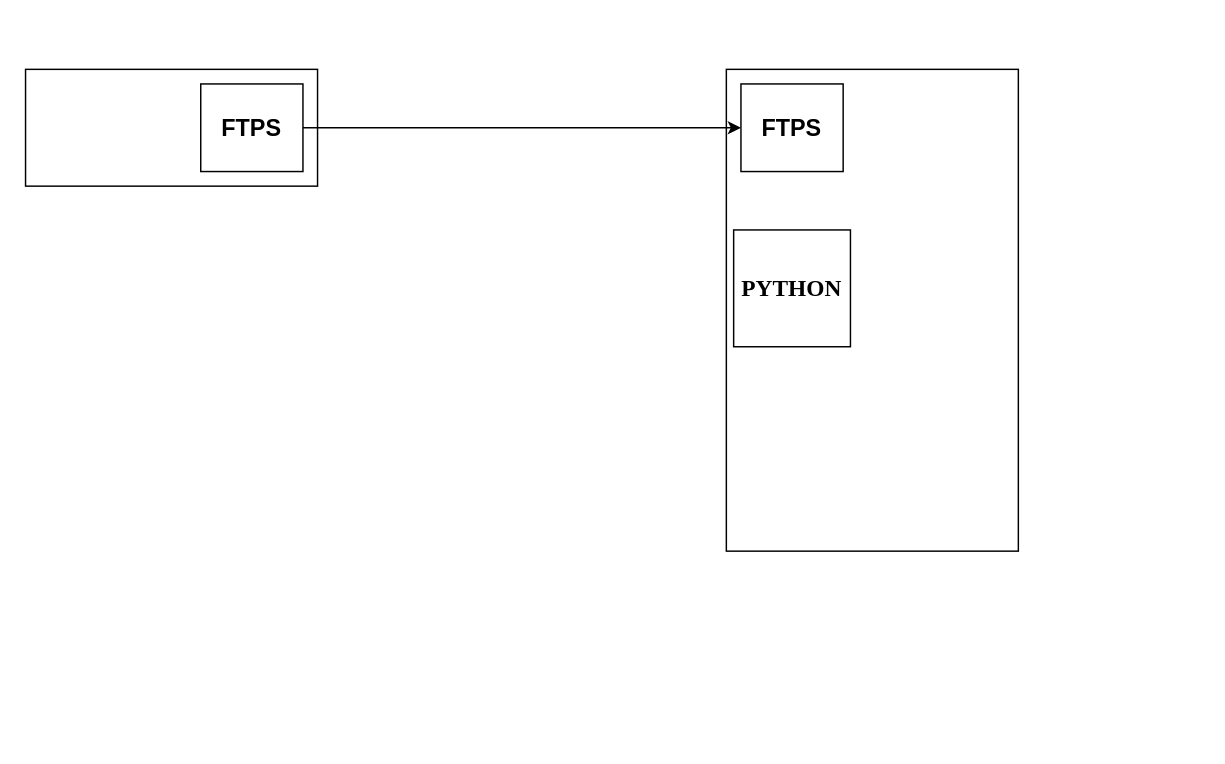
This is Untitled Diagram.drawio from ber09/Track, a draw.io file, before an edit. Source tidied: cells renumbered, new cells numbered last; positions are measured from the earlier drawing's top-left corner, leaving out a move shared by most shapes. Both pictures are drawn from the tidied source at 146%, with x=0, y=0 at pixel (25, 69). Pictures stored in the file or linked from it are replaced by grey dashed boxes.
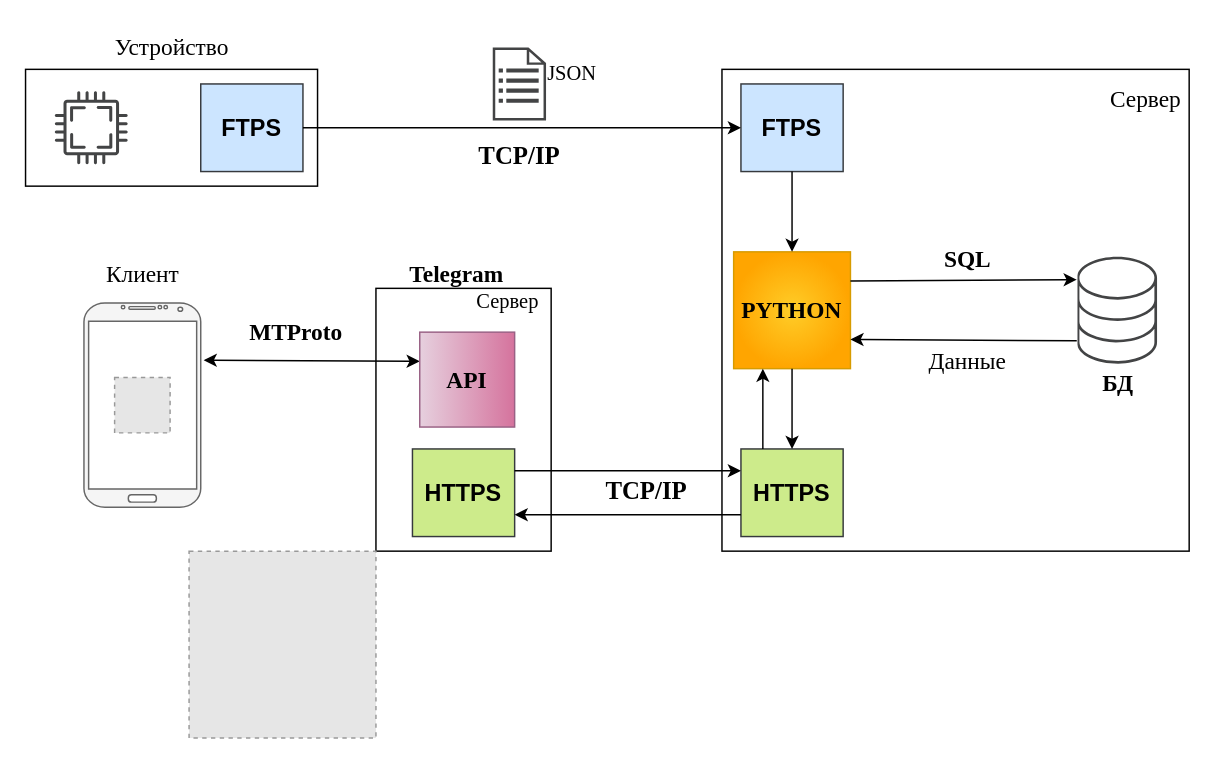
The same page after the edit.

Change to the diagram source:
```diff
@@
-    <mxCell id="2" style="rounded=0;whiteSpace=wrap;html=1;" parent="1" vertex="1">
-      <mxGeometry x="480" width="200" height="330" as="geometry" />
-    </mxCell>
@@
-    <mxCell id="4" value="&lt;font size=&quot;1&quot;&gt;&lt;b&gt;&lt;font style=&quot;font-size: 16px;&quot;&gt;FTPS&lt;/font&gt;&lt;/b&gt;&lt;/font&gt;" style="rounded=0;whiteSpace=wrap;html=1;" parent="1" vertex="1">
+    <mxCell id="4" value="&lt;h2&gt;&lt;font size=&quot;1&quot;&gt;&lt;b&gt;&lt;font style=&quot;font-size: 16px;&quot;&gt;FTPS&lt;/font&gt;&lt;/b&gt;&lt;/font&gt;&lt;/h2&gt;" style="rounded=0;whiteSpace=wrap;html=1;fillColor=#cce5ff;strokeColor=#36393d;" parent="1" vertex="1">
       <mxGeometry x="490" y="10" width="70" height="60" as="geometry" />
     </mxCell>
-    <mxCell id="5" value="&lt;font size=&quot;1&quot;&gt;&lt;b&gt;&lt;font style=&quot;font-size: 16px;&quot;&gt;FTPS&lt;/font&gt;&lt;/b&gt;&lt;/font&gt;" style="rounded=0;whiteSpace=wrap;html=1;" parent="1" vertex="1">
+    <mxCell id="5" value="&lt;h2&gt;&lt;font size=&quot;1&quot;&gt;&lt;b&gt;&lt;font style=&quot;font-size: 16px;&quot;&gt;FTPS&lt;/font&gt;&lt;/b&gt;&lt;/font&gt;&lt;/h2&gt;" style="rounded=0;whiteSpace=wrap;html=1;fillColor=#cce5ff;strokeColor=#36393d;" parent="1" vertex="1">
       <mxGeometry x="120" y="10" width="70" height="60" as="geometry" />
     </mxCell>
@@
-    <mxCell id="7" value="&lt;font face=&quot;Garamond&quot;&gt;&lt;b&gt;PYTHON&lt;/b&gt;&lt;/font&gt;" style="whiteSpace=wrap;html=1;fontSize=16;" parent="1" vertex="1">
-      <mxGeometry x="485" y="110" width="80" height="80" as="geometry" />
+    <mxCell id="7" value="&lt;h4&gt;&lt;font face=&quot;Garamond&quot;&gt;&lt;b&gt;PYTHON&lt;/b&gt;&lt;/font&gt;&lt;/h4&gt;" style="whiteSpace=wrap;html=1;fontSize=16;fillColor=#ffcd28;strokeColor=#d79b00;gradientColor=#ffa500;gradientDirection=radial;" parent="1" vertex="1">
+      <mxGeometry x="485" y="125" width="80" height="80" as="geometry" />
     </mxCell>
+    <mxCell id="8" style="endArrow=classic;html=1;rounded=0;fontFamily=Garamond;fontSize=16;entryX=0.5;entryY=0;entryDx=0;entryDy=0;exitX=0.5;exitY=1;exitDx=0;exitDy=0;" parent="1" edge="1" source="4" target="7">
+      <mxGeometry relative="1" as="geometry" />
+    </mxCell>
+    <mxCell id="9" value="&lt;h2&gt;&lt;font style=&quot;font-size: 16px;&quot;&gt;&lt;b&gt;HTTPS&lt;/b&gt;&lt;/font&gt;&lt;/h2&gt;" style="rounded=0;whiteSpace=wrap;html=1;fillColor=#cdeb8b;strokeColor=#36393d;" parent="1" vertex="1">
+      <mxGeometry x="490" y="260" width="70" height="60" as="geometry" />
+    </mxCell>
+    <mxCell id="10" style="verticalLabelPosition=bottom;verticalAlign=top;html=1;shadow=0;dashed=0;strokeWidth=1;shape=mxgraph.android.phone2;strokeColor=#666666;fontFamily=Garamond;fontSize=16;gradientDirection=north;fillColor=#f5f5f5;labelBackgroundColor=none;fontColor=#333333;" parent="1" vertex="1">
+      <mxGeometry x="40" y="160" width="80" height="140" as="geometry" />
+    </mxCell>
+    <mxCell id="11" style="sketch=0;shadow=0;dashed=0;html=1;strokeColor=none;fillColor=#434445;labelPosition=center;verticalLabelPosition=bottom;verticalAlign=top;align=center;shape=mxgraph.vvd.cpu;fontFamily=Garamond;fontSize=16;" parent="1" vertex="1">
+      <mxGeometry x="20" y="15" width="50" height="50" as="geometry" />
+    </mxCell>
+    <mxCell id="12" style="sketch=0;shadow=0;dashed=0;html=1;strokeColor=none;fillColor=#434445;labelPosition=center;verticalLabelPosition=bottom;verticalAlign=top;align=center;shape=mxgraph.vvd.storage;fontFamily=Garamond;fontSize=16;" parent="1" vertex="1">
+      <mxGeometry x="720" y="128.3" width="55" height="73.3" as="geometry" />
+    </mxCell>
+    <mxCell id="13" value="&lt;font face=&quot;Times New Roman&quot;&gt;Устройство&lt;/font&gt;" style="text;html=1;align=center;verticalAlign=middle;strokeColor=none;fillColor=none;fontSize=16;fontFamily=Garamond;" parent="1" vertex="1">
+      <mxGeometry x="55" y="-30" width="90" height="30" as="geometry" />
+    </mxCell>
+    <mxCell id="14" value="Сервер" style="text;html=1;align=center;verticalAlign=middle;strokeColor=none;fillColor=none;fontSize=16;fontFamily=Times New Roman;" parent="1" vertex="1">
+      <mxGeometry x="737" y="10" width="60" height="20" as="geometry" />
+    </mxCell>
+    <mxCell id="15" value="&lt;b&gt;БД&lt;/b&gt;" style="text;html=1;align=center;verticalAlign=middle;strokeColor=none;fillColor=none;fontSize=16;fontFamily=Times New Roman;" parent="1" vertex="1">
+      <mxGeometry x="727.5" y="205" width="40" height="20" as="geometry" />
+    </mxCell>
+    <mxCell id="16" style="sketch=0;shadow=0;dashed=0;html=1;strokeColor=none;fillColor=#434445;labelPosition=center;verticalLabelPosition=bottom;verticalAlign=top;align=center;shape=mxgraph.vvd.recovery_plan;fontFamily=Times New Roman;fontSize=16;" parent="1" vertex="1">
+      <mxGeometry x="320" y="-15" width="36.5" height="50" as="geometry" />
+    </mxCell>
+    <mxCell id="17" value="&lt;font style=&quot;font-size: 17px;&quot;&gt;&lt;b&gt;TCP/IP&lt;/b&gt;&lt;/font&gt;" style="text;html=1;align=center;verticalAlign=middle;strokeColor=none;fillColor=none;fontSize=16;fontFamily=Times New Roman;" parent="1" vertex="1">
+      <mxGeometry x="303.2" y="50" width="70" height="20" as="geometry" />
+    </mxCell>
+    <mxCell id="18" value="&lt;font style=&quot;font-size: 14px;&quot;&gt;JSON&lt;/font&gt;" style="text;html=1;align=center;verticalAlign=bottom;strokeColor=none;fillColor=none;fontSize=17;fontFamily=Times New Roman;" parent="1" vertex="1">
+      <mxGeometry x="349" y="-15" width="50" height="30" as="geometry" />
+    </mxCell>
+    <mxCell id="19" style="fontFamily=Times New Roman;fontSize=14;fillColor=none;gradientColor=none;gradientDirection=north;labelBackgroundColor=default;fontColor=none;noLabel=1;shadow=0;strokeColor=#FFFFFF;" parent="1" vertex="1">
+      <mxGeometry x="720" y="123.1" width="83.8" height="83.8" as="geometry" />
+    </mxCell>
+    <mxCell id="20" style="endArrow=classic;html=1;rounded=0;fontFamily=Times New Roman;fontSize=14;fontColor=none;exitX=1;exitY=0.25;exitDx=0;exitDy=0;entryX=0;entryY=0.25;entryDx=0;entryDy=0;" parent="1" edge="1" source="7" target="19">
+      <mxGeometry relative="1" as="geometry" />
+    </mxCell>
+    <mxCell id="21" style="endArrow=classic;html=1;rounded=0;fontFamily=Times New Roman;fontSize=14;fontColor=none;entryX=1;entryY=0.75;entryDx=0;entryDy=0;exitX=0;exitY=0.75;exitDx=0;exitDy=0;" parent="1" edge="1" source="19" target="7">
+      <mxGeometry relative="1" as="geometry" />
+    </mxCell>
+    <mxCell id="22" style="rounded=0;whiteSpace=wrap;html=1;shadow=0;labelBackgroundColor=default;fontFamily=Times New Roman;fontSize=14;fontColor=none;strokeColor=#000000;fillColor=none;gradientColor=none;gradientDirection=north;" parent="1" vertex="1">
+      <mxGeometry x="477" width="320" height="330" as="geometry" />
+    </mxCell>
+    <mxCell id="23" style="endArrow=classic;html=1;rounded=0;fontFamily=Times New Roman;fontSize=14;fontColor=none;entryX=0.25;entryY=1;entryDx=0;entryDy=0;" parent="1" edge="1" target="7">
+      <mxGeometry relative="1" as="geometry">
+        <mxPoint x="505" y="260" as="sourcePoint" />
+      </mxGeometry>
+    </mxCell>
+    <mxCell id="24" style="endArrow=classic;html=1;rounded=0;fontFamily=Times New Roman;fontSize=14;fontColor=none;exitX=0.5;exitY=1;exitDx=0;exitDy=0;entryX=0.5;entryY=0;entryDx=0;entryDy=0;" parent="1" edge="1" source="7" target="9">
+      <mxGeometry relative="1" as="geometry" />
+    </mxCell>
+    <mxCell id="25" style="rounded=0;whiteSpace=wrap;html=1;shadow=0;labelBackgroundColor=default;fontFamily=Times New Roman;fontSize=14;fontColor=none;strokeColor=#000000;fillColor=none;gradientColor=none;gradientDirection=north;" parent="1" vertex="1">
+      <mxGeometry x="240" y="150" width="120" height="180" as="geometry" />
+    </mxCell>
+    <mxCell id="26" value="&lt;h2&gt;&lt;font style=&quot;font-size: 16px;&quot;&gt;&lt;b&gt;HTTPS&lt;/b&gt;&lt;/font&gt;&lt;/h2&gt;" style="rounded=0;whiteSpace=wrap;html=1;fillColor=#cdeb8b;strokeColor=#36393d;" parent="1" vertex="1">
+      <mxGeometry x="265" y="260" width="70" height="60" as="geometry" />
+    </mxCell>
+    <mxCell id="27" style="endArrow=classic;html=1;rounded=0;fontFamily=Times New Roman;fontSize=14;fontColor=none;entryX=0;entryY=0.25;entryDx=0;entryDy=0;exitX=1;exitY=0.25;exitDx=0;exitDy=0;" parent="1" edge="1" source="26" target="9">
+      <mxGeometry relative="1" as="geometry" />
+    </mxCell>
+    <mxCell id="28" style="endArrow=classic;html=1;rounded=0;fontFamily=Times New Roman;fontSize=14;fontColor=none;exitX=0;exitY=0.75;exitDx=0;exitDy=0;entryX=1;entryY=0.75;entryDx=0;entryDy=0;" parent="1" edge="1" source="9" target="26">
+      <mxGeometry relative="1" as="geometry" />
+    </mxCell>
+    <mxCell id="29" value="&lt;font style=&quot;font-size: 17px;&quot;&gt;&lt;b&gt;TCP/IP&lt;/b&gt;&lt;/font&gt;" style="text;html=1;align=center;verticalAlign=middle;strokeColor=none;fillColor=none;fontSize=16;fontFamily=Times New Roman;" parent="1" vertex="1">
+      <mxGeometry x="390" y="280" width="70" height="20" as="geometry" />
+    </mxCell>
+    <mxCell id="30" value="&lt;b&gt;&lt;font style=&quot;font-size: 16px;&quot;&gt;Telegram&lt;/font&gt;&lt;/b&gt;" style="text;html=1;align=center;verticalAlign=middle;strokeColor=none;fillColor=none;fontSize=14;fontFamily=Times New Roman;fontColor=none;" parent="1" vertex="1">
+      <mxGeometry x="255" y="130" width="80" height="20" as="geometry" />
+    </mxCell>
+    <mxCell id="31" value="Сервер" style="text;html=1;align=center;verticalAlign=middle;strokeColor=none;fillColor=none;fontSize=14;fontFamily=Times New Roman;fontColor=none;" parent="1" vertex="1">
+      <mxGeometry x="300" y="150" width="60" height="20" as="geometry" />
+    </mxCell>
+    <mxCell id="32" value="&lt;b&gt;SQL&lt;/b&gt;" style="text;html=1;align=center;verticalAlign=middle;strokeColor=none;fillColor=none;fontSize=16;fontFamily=Times New Roman;fontColor=none;" parent="1" vertex="1">
+      <mxGeometry x="620" y="120" width="50" height="20" as="geometry" />
+    </mxCell>
+    <mxCell id="33" value="Данные" style="text;html=1;align=center;verticalAlign=middle;strokeColor=none;fillColor=none;fontSize=16;fontFamily=Times New Roman;fontColor=none;" parent="1" vertex="1">
+      <mxGeometry x="610" y="190" width="70" height="20" as="geometry" />
+    </mxCell>
+    <mxCell id="34" style="endArrow=classic;startArrow=classic;html=1;rounded=0;fontFamily=Times New Roman;fontSize=16;fontColor=none;exitX=1.025;exitY=0.28;exitDx=0;exitDy=0;exitPerimeter=0;" parent="1" edge="1" source="10">
+      <mxGeometry relative="1" as="geometry">
+        <mxPoint x="270" y="200" as="targetPoint" />
+      </mxGeometry>
+    </mxCell>
+    <mxCell id="35" value="&lt;b&gt;MTProto&lt;/b&gt;" style="text;html=1;align=center;verticalAlign=middle;strokeColor=none;fillColor=none;fontSize=16;fontFamily=Times New Roman;fontColor=none;" parent="1" vertex="1">
+      <mxGeometry x="145" y="170" width="80" height="20" as="geometry" />
+    </mxCell>
+    <mxCell id="36" value="&lt;span style=&quot;&quot;&gt;&lt;b&gt;API&lt;/b&gt;&lt;/span&gt;" style="html=1;shadow=0;labelBackgroundColor=none;fontFamily=Times New Roman;fontSize=16;strokeColor=#996185;fillColor=#e6d0de;gradientColor=#D5739D;gradientDirection=east;labelBorderColor=none;whiteSpace=wrap;" parent="1" vertex="1">
+      <mxGeometry x="270" y="180" width="65" height="65" as="geometry" />
+    </mxCell>
+    <mxCell id="37" style="fillColor=#E6E6E6;strokeColor=#999999;dashed=1;html=1;verticalAlign=top;verticalLabelPosition=bottom;labelBackgroundColor=#ffffff;fontFamily=Times New Roman;fontSize=16;fontColor=none;" parent="1" vertex="1">
+      <mxGeometry x="61" y="211" width="38" height="38" as="geometry" />
+    </mxCell>
+    <mxCell id="38" value="Клиент" style="text;html=1;align=center;verticalAlign=middle;strokeColor=none;fillColor=none;fontSize=16;fontFamily=Times New Roman;fontColor=none;" parent="1" vertex="1">
+      <mxGeometry x="45" y="130" width="70" height="20" as="geometry" />
+    </mxCell>
+    <mxCell id="39" style="fillColor=#E6E6E6;strokeColor=#999999;dashed=1;html=1;verticalAlign=top;verticalLabelPosition=bottom;labelBackgroundColor=#ffffff;fontFamily=Times New Roman;fontSize=16;fontColor=none;" parent="1" vertex="1">
+      <mxGeometry x="112" y="330" width="128" height="128" as="geometry" />
+    </mxCell>
```
